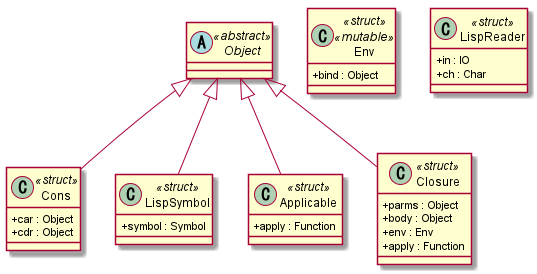
The PlantUML diagram doc/model.png in saka1029/JuLisp, before a commit.
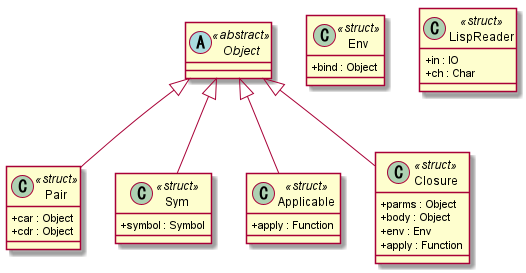
After the change.

The edit, as a diff of the source:
```diff
@@ -4,23 +4,23 @@
 
 abstract class Object <<abstract>>
 
-class Cons <<struct>> {
+class Pair <<struct>> {
     + car : Object
     + cdr : Object
 }
-Object <|-- Cons
+Object <|-- Pair
 
-class LispSymbol <<struct>> {
+class Sym <<struct>> {
     + symbol : Symbol
 }
-Object <|-- LispSymbol
+Object <|-- Sym
 
 class Applicable <<struct>> {
     + apply : Function
 }
 Object <|-- Applicable
 
-class Env <<struct>> <<mutable>> {
+class Env <<struct>> {
     + bind : Object
 }
 
```
